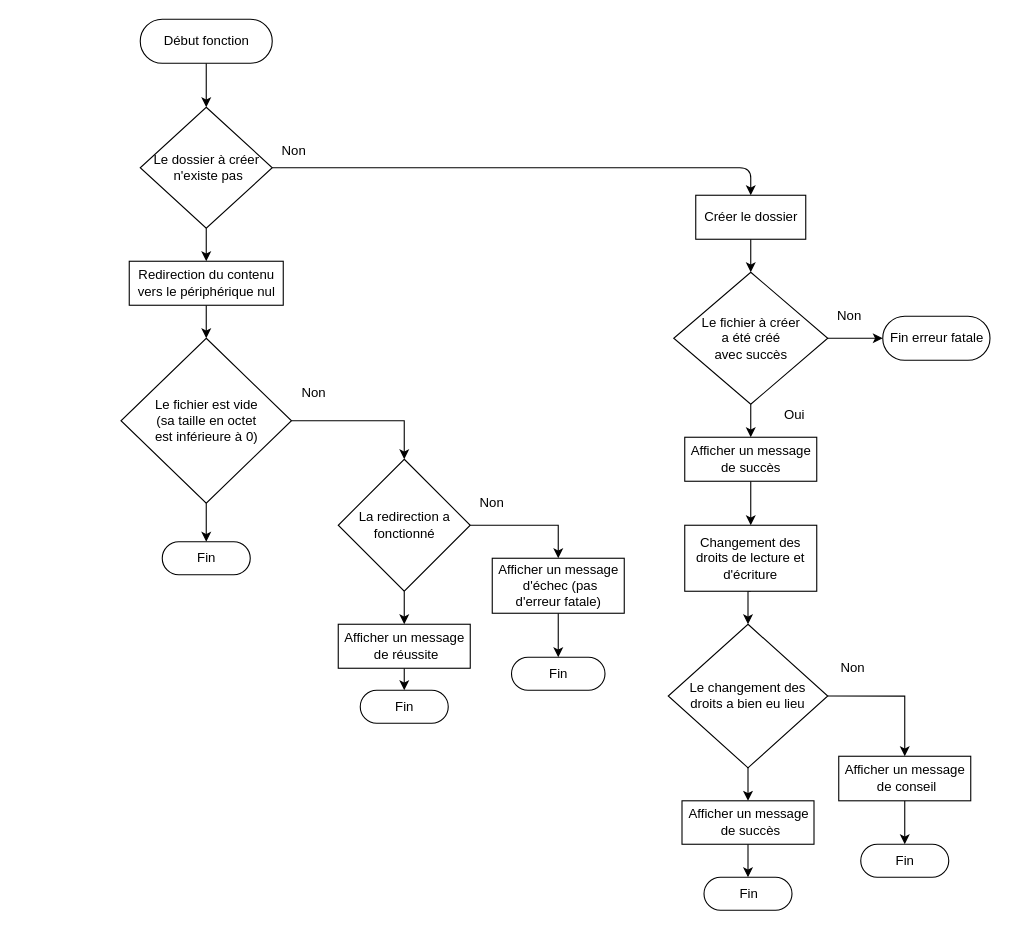
This is Graphiques/Fonctions/makedir.drawio from DimitriObeid/Linux-reinstall, a draw.io file, before an edit. Source tidied: cells renumbered, new cells numbered last; positions are measured from the earlier drawing's top-left corner, leaving out a move shared by most shapes. Both pictures are drawn from the tidied source at 110%, with x=0, y=0 at pixel (120, 19).
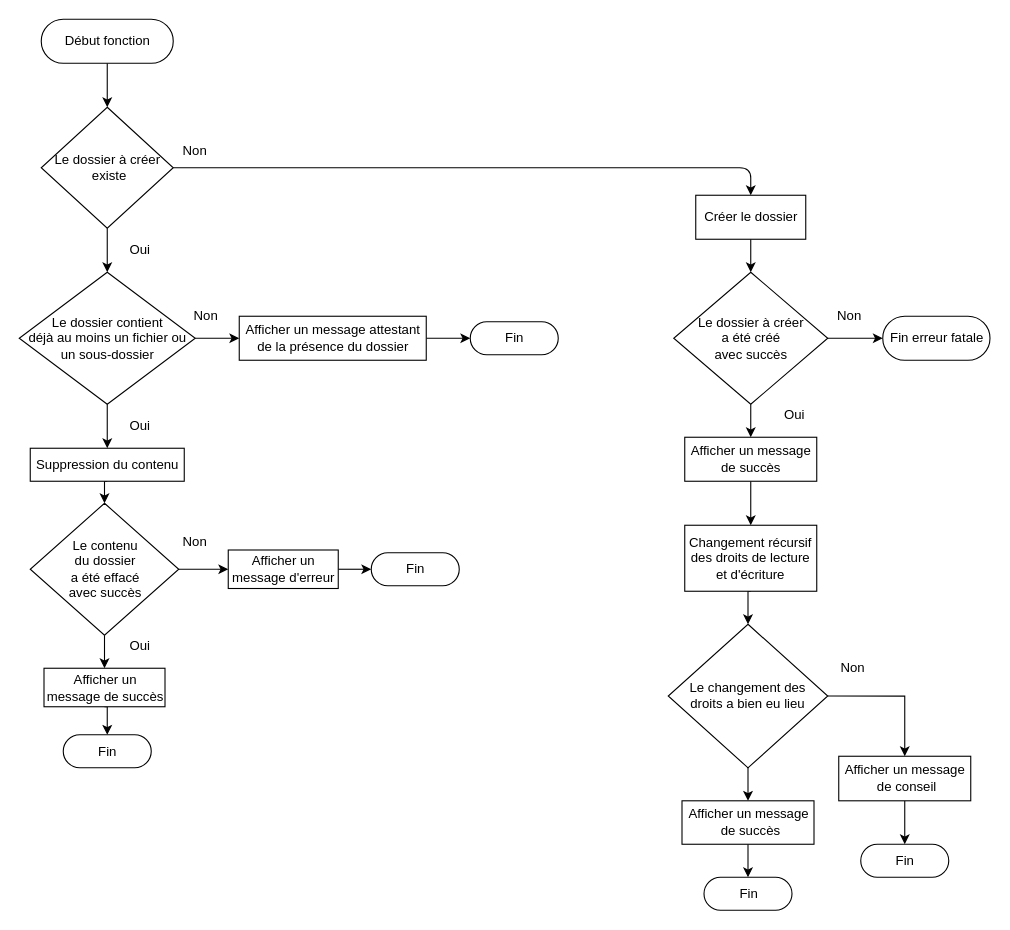
After the change.

Commit message (it also covers changes not shown here):
Finition de la fonction "makedir()" et apport d'une petite correction pour la fonction "makefile()"

Change to the diagram source:
```diff
@@
-    <mxCell id="2" style="edgeStyle=orthogonalEdgeStyle;rounded=0;jettySize=auto;html=1;exitX=0.5;exitY=1;exitDx=0;exitDy=0;entryX=0.5;entryY=0;entryDx=0;entryDy=0;" parent="1" edge="1" source="3" target="32">
+    <mxCell id="2" style="edgeStyle=orthogonalEdgeStyle;rounded=0;jettySize=auto;html=1;exitX=0.5;exitY=1;exitDx=0;exitDy=0;entryX=0.5;entryY=0;entryDx=0;entryDy=0;" parent="1" edge="1" source="3" target="50">
       <mxGeometry relative="1" as="geometry" />
     </mxCell>
-    <mxCell id="3" value="Le dossier à créer&lt;br&gt;&amp;nbsp;n'existe pas" style="shape=rhombus;html=1;dashed=0;whitespace=wrap;perimeter=rhombusPerimeter;" parent="1" vertex="1">
-      <mxGeometry x="18" y="80" width="120" height="110" as="geometry" />
+    <mxCell id="3" value="Le dossier à créer&lt;br&gt;&amp;nbsp;existe" style="shape=rhombus;html=1;dashed=0;whitespace=wrap;perimeter=rhombusPerimeter;" parent="1" vertex="1">
+      <mxGeometry x="-72" y="80" width="120" height="110" as="geometry" />
     </mxCell>
@@
     <mxCell id="5" value="Début fonction" style="html=1;dashed=0;whitespace=wrap;shape=mxgraph.dfd.start;" parent="1" vertex="1">
-      <mxGeometry x="18" width="120" height="40" as="geometry" />
+      <mxGeometry x="-72" width="120" height="40" as="geometry" />
     </mxCell>
@@
-    <mxCell id="7" value="Le fichier à créer&lt;br&gt;a été créé&lt;br&gt;avec succès" style="shape=rhombus;html=1;dashed=0;whitespace=wrap;perimeter=rhombusPerimeter;" parent="1" vertex="1">
+    <mxCell id="7" value="Le dossier à créer&lt;br&gt;a été créé&lt;br&gt;avec succès" style="shape=rhombus;html=1;dashed=0;whitespace=wrap;perimeter=rhombusPerimeter;" parent="1" vertex="1">
       <mxGeometry x="503" y="230" width="140" height="120" as="geometry" />
     </mxCell>
@@
     <mxCell id="13" value="Non" style="text;html=1;strokeColor=none;fillColor=none;align=center;verticalAlign=middle;whiteSpace=wrap;rounded=0;" parent="1" vertex="1">
-      <mxGeometry x="138" y="110" width="40" height="20" as="geometry" />
+      <mxGeometry x="48" y="110" width="40" height="20" as="geometry" />
     </mxCell>
@@
-    <mxCell id="17" value="Changement des droits de lecture et d'écriture" style="rounded=0;whiteSpace=wrap;html=1;" parent="1" vertex="1">
+    <mxCell id="17" value="Changement récursif des droits de lecture et d'écriture" style="rounded=0;whiteSpace=wrap;html=1;" parent="1" vertex="1">
       <mxGeometry x="513" y="460" width="120" height="60" as="geometry" />
     </mxCell>
@@
-    <mxCell id="28" style="edgeStyle=orthogonalEdgeStyle;rounded=0;jettySize=auto;html=1;exitX=1;exitY=0.5;exitDx=0;exitDy=0;entryX=0.5;entryY=0;entryDx=0;entryDy=0;" parent="1" edge="1" source="30" target="35">
-      <mxGeometry relative="1" as="geometry" />
-    </mxCell>
-    <mxCell id="29" style="edgeStyle=orthogonalEdgeStyle;rounded=0;jettySize=auto;html=1;exitX=0.5;exitY=1;exitDx=0;exitDy=0;entryX=0.5;entryY=0;entryDx=0;entryDy=0;" parent="1" edge="1" source="30" target="37">
-      <mxGeometry relative="1" as="geometry" />
-    </mxCell>
-    <mxCell id="30" value="La redirection a&lt;br&gt;fonctionné" style="shape=rhombus;html=1;dashed=0;whitespace=wrap;perimeter=rhombusPerimeter;" parent="1" vertex="1">
-      <mxGeometry x="198" y="400" width="120" height="120" as="geometry" />
-    </mxCell>
-    <mxCell id="31" style="edgeStyle=orthogonalEdgeStyle;rounded=0;jettySize=auto;html=1;exitX=0.5;exitY=1;exitDx=0;exitDy=0;entryX=0.5;entryY=0;entryDx=0;entryDy=0;" parent="1" edge="1" source="32" target="43">
-      <mxGeometry relative="1" as="geometry" />
-    </mxCell>
-    <mxCell id="32" value="Redirection du contenu &lt;br&gt;vers le périphérique nul" style="html=1;dashed=0;whitespace=wrap;" parent="1" vertex="1">
-      <mxGeometry x="8" y="220" width="140" height="40" as="geometry" />
-    </mxCell>
-    <mxCell id="33" value="Fin" style="html=1;dashed=0;whitespace=wrap;shape=mxgraph.dfd.start;" parent="1" vertex="1">
-      <mxGeometry x="355.5" y="580" width="85" height="30" as="geometry" />
-    </mxCell>
-    <mxCell id="34" style="edgeStyle=orthogonalEdgeStyle;rounded=0;jettySize=auto;html=1;exitX=0.5;exitY=1;exitDx=0;exitDy=0;entryX=0.5;entryY=0.5;entryDx=0;entryDy=-15;entryPerimeter=0;" parent="1" edge="1" source="35" target="33">
-      <mxGeometry relative="1" as="geometry" />
-    </mxCell>
-    <mxCell id="35" value="Afficher un message&lt;br&gt;&amp;nbsp;d'échec (pas &lt;br&gt;d'erreur fatale)" style="html=1;dashed=0;whitespace=wrap;" parent="1" vertex="1">
-      <mxGeometry x="338" y="490" width="120" height="50" as="geometry" />
-    </mxCell>
-    <mxCell id="36" style="edgeStyle=orthogonalEdgeStyle;rounded=0;jettySize=auto;html=1;exitX=0.5;exitY=1;exitDx=0;exitDy=0;entryX=0.5;entryY=0.5;entryDx=0;entryDy=-15;entryPerimeter=0;" parent="1" edge="1" source="37" target="38">
-      <mxGeometry relative="1" as="geometry" />
-    </mxCell>
-    <mxCell id="37" value="Afficher un message&lt;br&gt;&amp;nbsp;de réussite" style="html=1;dashed=0;whitespace=wrap;" parent="1" vertex="1">
-      <mxGeometry x="198" y="550" width="120" height="40" as="geometry" />
-    </mxCell>
-    <mxCell id="38" value="Fin" style="html=1;dashed=0;whitespace=wrap;shape=mxgraph.dfd.start;" parent="1" vertex="1">
-      <mxGeometry x="218" y="610" width="80" height="30" as="geometry" />
-    </mxCell>
@@
-    <mxCell id="41" style="edgeStyle=orthogonalEdgeStyle;rounded=0;jettySize=auto;html=1;exitX=1;exitY=0.5;exitDx=0;exitDy=0;entryX=0.5;entryY=0;entryDx=0;entryDy=0;" parent="1" edge="1" source="43" target="30">
-      <mxGeometry relative="1" as="geometry" />
-    </mxCell>
-    <mxCell id="42" style="edgeStyle=orthogonalEdgeStyle;rounded=0;jettySize=auto;html=1;exitX=0.5;exitY=1;exitDx=0;exitDy=0;entryX=0.5;entryY=0.5;entryDx=0;entryDy=-15.000000000000002;entryPerimeter=0;" parent="1" edge="1" source="43" target="46">
-      <mxGeometry relative="1" as="geometry" />
-    </mxCell>
-    <mxCell id="43" value="Le fichier est vide &lt;br&gt;(sa taille en octet&lt;br&gt;est inférieure à 0)" style="shape=rhombus;html=1;dashed=0;whitespace=wrap;perimeter=rhombusPerimeter;" parent="1" vertex="1">
-      <mxGeometry x="0.5" y="290" width="155" height="150" as="geometry" />
-    </mxCell>
-    <mxCell id="44" value="Non" style="text;html=1;strokeColor=none;fillColor=none;align=center;verticalAlign=middle;whiteSpace=wrap;rounded=0;" parent="1" vertex="1">
-      <mxGeometry x="155.5" y="330" width="40" height="20" as="geometry" />
-    </mxCell>
-    <mxCell id="45" value="Non" style="text;html=1;strokeColor=none;fillColor=none;align=center;verticalAlign=middle;whiteSpace=wrap;rounded=0;" parent="1" vertex="1">
-      <mxGeometry x="318" y="430" width="40" height="20" as="geometry" />
-    </mxCell>
-    <mxCell id="46" value="Fin" style="html=1;dashed=0;whitespace=wrap;shape=mxgraph.dfd.start;" parent="1" vertex="1">
-      <mxGeometry x="38" y="475" width="80" height="30" as="geometry" />
-    </mxCell>
+    <mxCell id="47" value="Oui" style="text;html=1;strokeColor=none;fillColor=none;align=center;verticalAlign=middle;whiteSpace=wrap;rounded=0;" parent="1" vertex="1">
+      <mxGeometry x="-2" y="200" width="40" height="20" as="geometry" />
+    </mxCell>
+    <mxCell id="48" style="edgeStyle=orthogonalEdgeStyle;rounded=0;jettySize=auto;html=1;exitX=1;exitY=0.5;exitDx=0;exitDy=0;entryX=0;entryY=0.5;entryDx=0;entryDy=0;" parent="1" edge="1" source="50" target="53">
+      <mxGeometry relative="1" as="geometry" />
+    </mxCell>
+    <mxCell id="49" style="edgeStyle=orthogonalEdgeStyle;rounded=0;jettySize=auto;html=1;exitX=0.5;exitY=1;exitDx=0;exitDy=0;entryX=0.5;entryY=0;entryDx=0;entryDy=0;" parent="1" edge="1" source="50" target="57">
+      <mxGeometry relative="1" as="geometry" />
+    </mxCell>
+    <mxCell id="50" value="Le dossier contient&lt;br&gt;déjà au moins un fichier ou&lt;br&gt;un sous-dossier" style="shape=rhombus;html=1;dashed=0;whitespace=wrap;perimeter=rhombusPerimeter;" parent="1" vertex="1">
+      <mxGeometry x="-92" y="230" width="160" height="120" as="geometry" />
+    </mxCell>
+    <mxCell id="51" value="Fin" style="html=1;dashed=0;whitespace=wrap;shape=mxgraph.dfd.start;" parent="1" vertex="1">
+      <mxGeometry x="318" y="275" width="80" height="30" as="geometry" />
+    </mxCell>
+    <mxCell id="52" style="edgeStyle=orthogonalEdgeStyle;rounded=0;jettySize=auto;html=1;exitX=1;exitY=0.5;exitDx=0;exitDy=0;entryX=0;entryY=0.5;entryDx=0;entryDy=0;entryPerimeter=0;" parent="1" edge="1" source="53" target="51">
+      <mxGeometry relative="1" as="geometry" />
+    </mxCell>
+    <mxCell id="53" value="Afficher un message attestant&lt;br&gt;de la présence du dossier" style="html=1;dashed=0;whitespace=wrap;" parent="1" vertex="1">
+      <mxGeometry x="108" y="270" width="170" height="40" as="geometry" />
+    </mxCell>
+    <mxCell id="54" value="Non" style="text;html=1;strokeColor=none;fillColor=none;align=center;verticalAlign=middle;whiteSpace=wrap;rounded=0;" parent="1" vertex="1">
+      <mxGeometry x="58" y="260" width="40" height="20" as="geometry" />
+    </mxCell>
+    <mxCell id="55" value="Oui" style="text;html=1;strokeColor=none;fillColor=none;align=center;verticalAlign=middle;whiteSpace=wrap;rounded=0;" parent="1" vertex="1">
+      <mxGeometry x="-2" y="360" width="40" height="20" as="geometry" />
+    </mxCell>
+    <mxCell id="56" style="edgeStyle=orthogonalEdgeStyle;rounded=0;jettySize=auto;html=1;exitX=0.5;exitY=1;exitDx=0;exitDy=0;entryX=0.5;entryY=0;entryDx=0;entryDy=0;" parent="1" edge="1" source="57" target="60">
+      <mxGeometry relative="1" as="geometry" />
+    </mxCell>
+    <mxCell id="57" value="Suppression du contenu" style="html=1;dashed=0;whitespace=wrap;" parent="1" vertex="1">
+      <mxGeometry x="-82" y="390" width="140" height="30" as="geometry" />
+    </mxCell>
+    <mxCell id="58" style="edgeStyle=orthogonalEdgeStyle;rounded=0;jettySize=auto;html=1;exitX=1;exitY=0.5;exitDx=0;exitDy=0;entryX=0;entryY=0.5;entryDx=0;entryDy=0;" parent="1" edge="1" source="60" target="63">
+      <mxGeometry relative="1" as="geometry" />
+    </mxCell>
+    <mxCell id="59" style="edgeStyle=orthogonalEdgeStyle;rounded=0;jettySize=auto;html=1;exitX=0.5;exitY=1;exitDx=0;exitDy=0;entryX=0.5;entryY=0;entryDx=0;entryDy=0;" parent="1" edge="1" source="60" target="66">
+      <mxGeometry relative="1" as="geometry" />
+    </mxCell>
+    <mxCell id="60" value="Le contenu &lt;br&gt;du dossier&lt;br&gt;a été effacé&lt;br&gt;avec succès" style="shape=rhombus;html=1;dashed=0;whitespace=wrap;perimeter=rhombusPerimeter;" parent="1" vertex="1">
+      <mxGeometry x="-82" y="440" width="135" height="120" as="geometry" />
+    </mxCell>
+    <mxCell id="61" value="Fin" style="html=1;dashed=0;whitespace=wrap;shape=mxgraph.dfd.start;" parent="1" vertex="1">
+      <mxGeometry x="228" y="485" width="80" height="30" as="geometry" />
+    </mxCell>
+    <mxCell id="62" style="edgeStyle=orthogonalEdgeStyle;rounded=0;jettySize=auto;html=1;exitX=1;exitY=0.5;exitDx=0;exitDy=0;entryX=0;entryY=0.5;entryDx=0;entryDy=0;entryPerimeter=0;" parent="1" edge="1" source="63" target="61">
+      <mxGeometry relative="1" as="geometry" />
+    </mxCell>
+    <mxCell id="63" value="Afficher un&lt;br&gt;message d'erreur" style="html=1;dashed=0;whitespace=wrap;" parent="1" vertex="1">
+      <mxGeometry x="98" y="482.5" width="100" height="35" as="geometry" />
+    </mxCell>
+    <mxCell id="64" value="Non" style="text;html=1;strokeColor=none;fillColor=none;align=center;verticalAlign=middle;whiteSpace=wrap;rounded=0;" parent="1" vertex="1">
+      <mxGeometry x="48" y="465" width="40" height="20" as="geometry" />
+    </mxCell>
+    <mxCell id="65" style="edgeStyle=orthogonalEdgeStyle;rounded=0;jettySize=auto;html=1;exitX=0.5;exitY=1;exitDx=0;exitDy=0;entryX=0.5;entryY=0.5;entryDx=0;entryDy=-15;entryPerimeter=0;" parent="1" edge="1" source="66" target="68">
+      <mxGeometry relative="1" as="geometry" />
+    </mxCell>
+    <mxCell id="66" value="Afficher un&lt;br&gt;message de succès" style="html=1;dashed=0;whitespace=wrap;" parent="1" vertex="1">
+      <mxGeometry x="-69.5" y="590" width="110" height="35" as="geometry" />
+    </mxCell>
+    <mxCell id="67" value="Oui" style="text;html=1;strokeColor=none;fillColor=none;align=center;verticalAlign=middle;whiteSpace=wrap;rounded=0;" parent="1" vertex="1">
+      <mxGeometry x="-2" y="560" width="40" height="20" as="geometry" />
+    </mxCell>
+    <mxCell id="68" value="Fin" style="html=1;dashed=0;whitespace=wrap;shape=mxgraph.dfd.start;" parent="1" vertex="1">
+      <mxGeometry x="-52" y="650.5" width="80" height="30" as="geometry" />
+    </mxCell>
```
